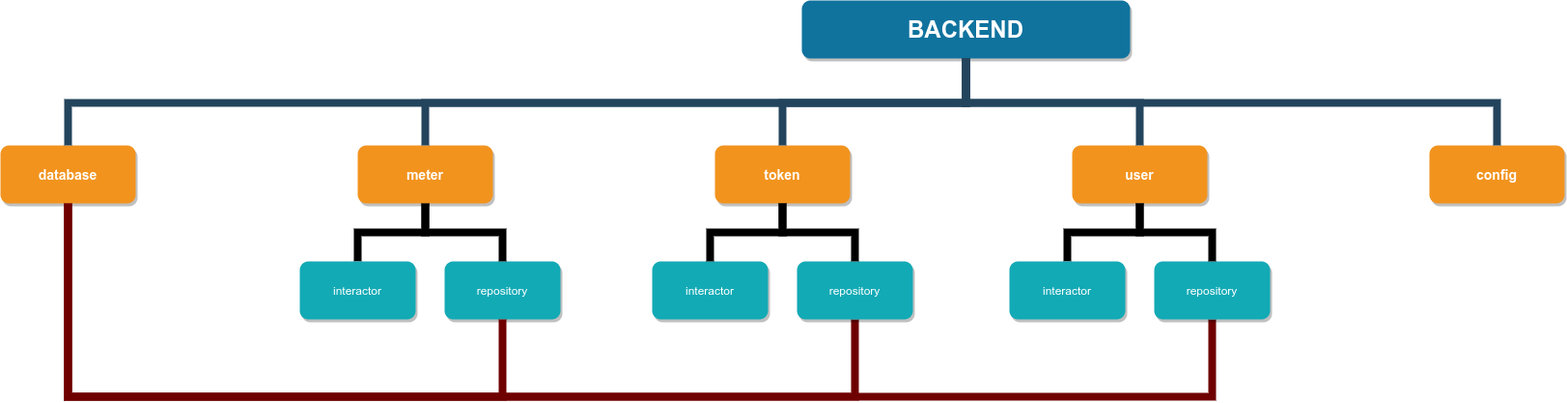
Before: assets/structure.png, a diagram exported from draw.io (kisinga/ATS). Source tidied: cells renumbered, new cells last; positions are measured from the earlier drawing's top-left corner, leaving out a move shared by most shapes.
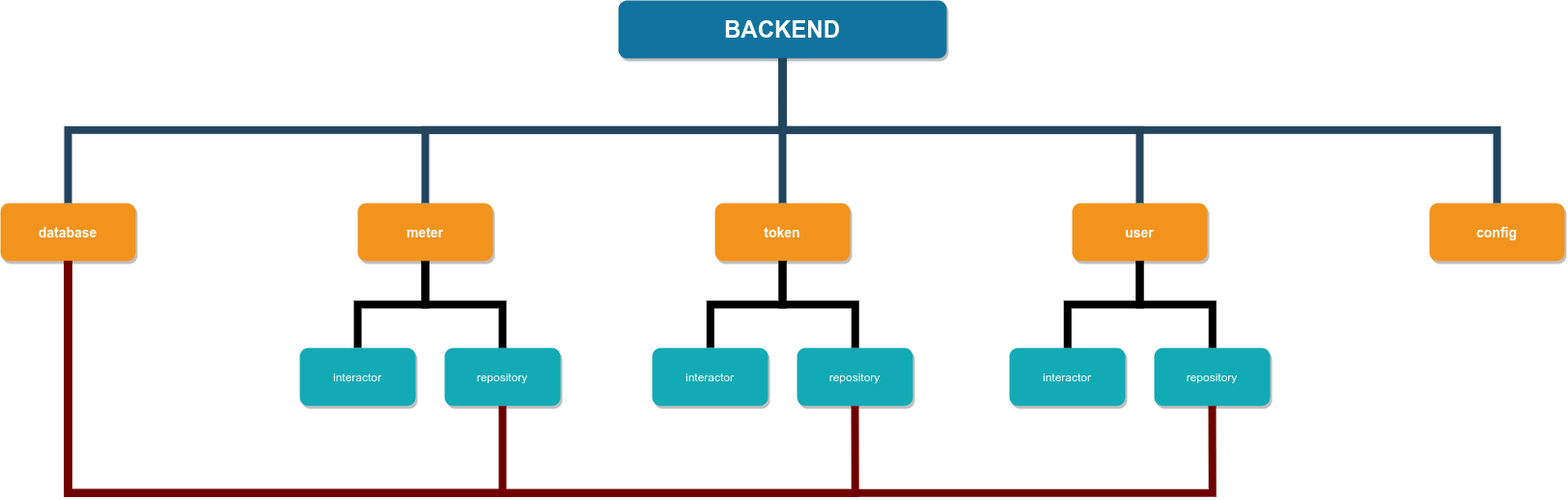
The same diagram one commit later.

Change to the diagram source:
```diff
@@ -3,7 +3,7 @@
     <mxCell id="0" />
     <mxCell id="1" parent="0" />
     <mxCell id="2" value="BACKEND" style="whiteSpace=wrap;rounded=1;shadow=1;fillColor=#10739E;strokeColor=none;fontColor=#FFFFFF;fontStyle=1;fontSize=24;" parent="1" vertex="1">
-      <mxGeometry x="830" width="340" height="60" as="geometry" />
+      <mxGeometry x="640" y="-60" width="340" height="60" as="geometry" />
     </mxCell>
     <mxCell id="3" style="edgeStyle=orthogonalEdgeStyle;rounded=0;jettySize=auto;html=1;strokeWidth=8;startArrow=none;startFill=0;endArrow=none;endFill=0;" parent="1" edge="1" source="4" target="14">
       <mxGeometry relative="1" as="geometry" />
@@ -17,22 +17,6 @@
     <mxCell id="6" value="user" style="whiteSpace=wrap;rounded=1;fillColor=#F2931E;strokeColor=none;shadow=1;fontColor=#FFFFFF;fontStyle=1;fontSize=14;" parent="1" vertex="1">
       <mxGeometry x="1110" y="150" width="140" height="60" as="geometry" />
     </mxCell>
-    <mxCell id="7" style="edgeStyle=orthogonalEdgeStyle;rounded=0;jettySize=auto;html=1;entryX=0.5;entryY=1;entryDx=0;entryDy=0;startArrow=none;startFill=0;endArrow=none;endFill=0;strokeWidth=8;fillColor=#a20025;strokeColor=#6F0000;" parent="1" edge="1" source="9" target="23">
-      <mxGeometry relative="1" as="geometry">
-        <Array as="points">
-          <mxPoint x="70" y="410" />
-          <mxPoint x="1255" y="410" />
-        </Array>
-      </mxGeometry>
-    </mxCell>
-    <mxCell id="8" style="edgeStyle=orthogonalEdgeStyle;rounded=0;jettySize=auto;html=1;entryX=0.5;entryY=1;entryDx=0;entryDy=0;startArrow=none;startFill=0;endArrow=none;endFill=0;strokeWidth=8;fillColor=#a20025;strokeColor=#6F0000;" parent="1" edge="1" source="9" target="19">
-      <mxGeometry relative="1" as="geometry">
-        <Array as="points">
-          <mxPoint x="70" y="410" />
-          <mxPoint x="885" y="410" />
-        </Array>
-      </mxGeometry>
-    </mxCell>
     <mxCell id="9" value="database" style="whiteSpace=wrap;rounded=1;fillColor=#F2931E;strokeColor=none;shadow=1;fontColor=#FFFFFF;fontStyle=1;fontSize=14;" parent="1" vertex="1">
       <mxGeometry y="150" width="140" height="60" as="geometry" />
     </mxCell>
@@ -49,10 +33,10 @@
       <mxGeometry relative="1" as="geometry" />
     </mxCell>
     <mxCell id="14" value="interactor" style="whiteSpace=wrap;rounded=1;fillColor=#12AAB5;strokeColor=none;shadow=1;fontColor=#FFFFFF;" parent="1" vertex="1">
-      <mxGeometry x="310" y="270" width="120" height="60" as="geometry" />
+      <mxGeometry x="310" y="300" width="120" height="60" as="geometry" />
     </mxCell>
     <mxCell id="15" value="repository" style="whiteSpace=wrap;rounded=1;fillColor=#12AAB5;strokeColor=none;shadow=1;fontColor=#FFFFFF;" parent="1" vertex="1">
-      <mxGeometry x="460" y="270" width="120" height="60" as="geometry" />
+      <mxGeometry x="460" y="300" width="120" height="60" as="geometry" />
     </mxCell>
     <mxCell id="16" style="edgeStyle=orthogonalEdgeStyle;rounded=0;jettySize=auto;html=1;strokeWidth=8;startArrow=none;startFill=0;endArrow=none;endFill=0;exitX=0.5;exitY=1;exitDx=0;exitDy=0;" parent="1" edge="1" source="4" target="15">
       <mxGeometry relative="1" as="geometry" />
@@ -61,10 +45,10 @@
       <mxGeometry relative="1" as="geometry" />
     </mxCell>
     <mxCell id="18" value="interactor" style="whiteSpace=wrap;rounded=1;fillColor=#12AAB5;strokeColor=none;shadow=1;fontColor=#FFFFFF;" parent="1" vertex="1">
-      <mxGeometry x="675" y="270" width="120" height="60" as="geometry" />
+      <mxGeometry x="675" y="300" width="120" height="60" as="geometry" />
     </mxCell>
     <mxCell id="19" value="repository" style="whiteSpace=wrap;rounded=1;fillColor=#12AAB5;strokeColor=none;shadow=1;fontColor=#FFFFFF;" parent="1" vertex="1">
-      <mxGeometry x="825" y="270" width="120" height="60" as="geometry" />
+      <mxGeometry x="825" y="300" width="120" height="60" as="geometry" />
     </mxCell>
     <mxCell id="20" style="edgeStyle=orthogonalEdgeStyle;rounded=0;jettySize=auto;html=1;strokeWidth=8;startArrow=none;startFill=0;endArrow=none;endFill=0;" parent="1" edge="1" source="5" target="19">
       <mxGeometry relative="1" as="geometry" />
@@ -73,27 +57,49 @@
       <mxGeometry relative="1" as="geometry" />
     </mxCell>
     <mxCell id="22" value="interactor" style="whiteSpace=wrap;rounded=1;fillColor=#12AAB5;strokeColor=none;shadow=1;fontColor=#FFFFFF;" parent="1" vertex="1">
-      <mxGeometry x="1045" y="270" width="120" height="60" as="geometry" />
+      <mxGeometry x="1045" y="300" width="120" height="60" as="geometry" />
     </mxCell>
     <mxCell id="23" value="repository" style="whiteSpace=wrap;rounded=1;fillColor=#12AAB5;strokeColor=none;shadow=1;fontColor=#FFFFFF;" parent="1" vertex="1">
-      <mxGeometry x="1195" y="270" width="120" height="60" as="geometry" />
+      <mxGeometry x="1195" y="300" width="120" height="60" as="geometry" />
     </mxCell>
     <mxCell id="24" style="edgeStyle=orthogonalEdgeStyle;rounded=0;jettySize=auto;html=1;strokeWidth=8;startArrow=none;startFill=0;endArrow=none;endFill=0;" parent="1" edge="1" source="6" target="23">
       <mxGeometry relative="1" as="geometry" />
     </mxCell>
-    <mxCell id="25" style="edgeStyle=orthogonalEdgeStyle;rounded=0;jettySize=auto;html=1;entryX=0.5;entryY=1;entryDx=0;entryDy=0;startArrow=none;startFill=0;endArrow=none;endFill=0;strokeWidth=8;fillColor=#a20025;strokeColor=#6F0000;" parent="1" edge="1" source="9" target="15">
-      <mxGeometry relative="1" as="geometry">
-        <Array as="points">
-          <mxPoint x="70" y="410" />
-          <mxPoint x="520" y="410" />
-        </Array>
-      </mxGeometry>
-    </mxCell>
     <mxCell id="26" value="config" style="whiteSpace=wrap;rounded=1;fillColor=#F2931E;strokeColor=none;shadow=1;fontColor=#FFFFFF;fontStyle=1;fontSize=14;" parent="1" vertex="1">
       <mxGeometry x="1480" y="150" width="140" height="60" as="geometry" />
     </mxCell>
     <mxCell id="27" style="edgeStyle=elbowEdgeStyle;elbow=vertical;rounded=0;fontColor=#000000;endArrow=none;endFill=0;strokeWidth=8;strokeColor=#23445D;entryX=0.5;entryY=0;entryDx=0;entryDy=0;exitX=0.5;exitY=1;exitDx=0;exitDy=0;" parent="1" edge="1" source="2" target="26">
       <mxGeometry relative="1" as="geometry" />
     </mxCell>
+    <mxCell id="28" style="group;" parent="1" vertex="1">
+      <mxGeometry x="70" y="410" width="1185" as="geometry" />
+    </mxCell>
+    <mxCell id="29" style="group;" parent="28" vertex="1">
+      <mxGeometry width="1185" as="geometry" />
+    </mxCell>
+    <mxCell id="7" style="edgeStyle=orthogonalEdgeStyle;rounded=0;jettySize=auto;html=1;entryX=0.5;entryY=1;entryDx=0;entryDy=0;startArrow=none;startFill=0;endArrow=none;endFill=0;strokeWidth=8;fillColor=#a20025;strokeColor=#6F0000;" parent="29" edge="1" source="9" target="23">
+      <mxGeometry relative="1" as="geometry">
+        <Array as="points">
+          <mxPoint y="40" />
+          <mxPoint x="1185" y="40" />
+        </Array>
+      </mxGeometry>
+    </mxCell>
+    <mxCell id="8" style="edgeStyle=orthogonalEdgeStyle;rounded=0;jettySize=auto;html=1;entryX=0.5;entryY=1;entryDx=0;entryDy=0;startArrow=none;startFill=0;endArrow=none;endFill=0;strokeWidth=8;fillColor=#a20025;strokeColor=#6F0000;" parent="29" edge="1" source="9" target="19">
+      <mxGeometry relative="1" as="geometry">
+        <Array as="points">
+          <mxPoint y="40" />
+          <mxPoint x="815" y="40" />
+        </Array>
+      </mxGeometry>
+    </mxCell>
+    <mxCell id="25" style="edgeStyle=orthogonalEdgeStyle;rounded=0;jettySize=auto;html=1;entryX=0.5;entryY=1;entryDx=0;entryDy=0;startArrow=none;startFill=0;endArrow=none;endFill=0;strokeWidth=8;fillColor=#a20025;strokeColor=#6F0000;" parent="29" edge="1" source="9" target="15">
+      <mxGeometry relative="1" as="geometry">
+        <Array as="points">
+          <mxPoint y="40" />
+          <mxPoint x="450" y="40" />
+        </Array>
+      </mxGeometry>
+    </mxCell>
   </root>
 </mxGraphModel>
```
